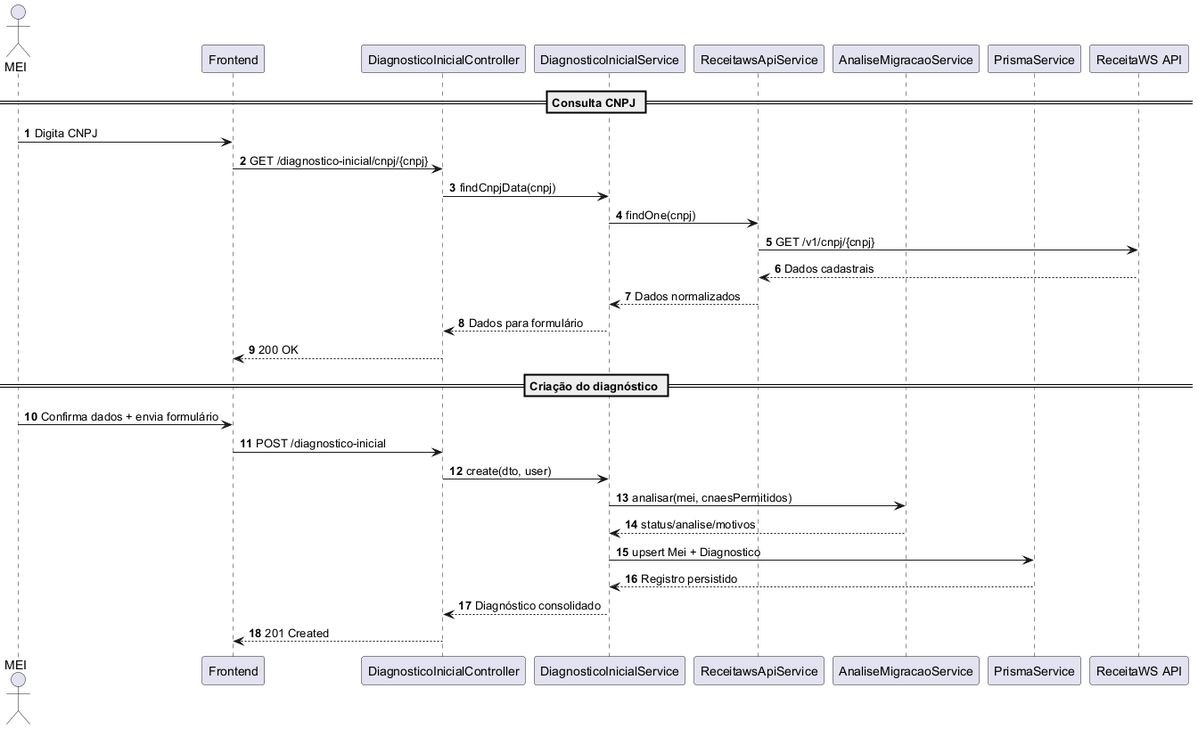
Earlier version of the PlantUML export client/docs/uml/sequencia-diagnostico-cnpj/sequencia-diagnostico-cnpj.png (NioDev01/mei-2-me). Its diagram source:
```plantuml
@startuml
autonumber

actor "MEI" as User
participant "Frontend" as FE
participant "DiagnosticoInicialController" as DC
participant "DiagnosticoInicialService" as DS
participant "ReceitawsApiService" as RS
participant "AnaliseMigracaoService" as AMS
participant "PrismaService" as DB

== Consulta CNPJ ==
User -> FE : Digita CNPJ
FE -> DC : GET /diagnostico-inicial/cnpj/{cnpj}
DC -> DS : findCnpjData(cnpj)
DS -> RS : findOne(cnpj)
RS -> "ReceitaWS API" : GET /v1/cnpj/{cnpj}
"ReceitaWS API" --> RS : Dados cadastrais
RS --> DS : Dados normalizados
DS --> DC : Dados para formulário
DC --> FE : 200 OK

== Criação do diagnóstico ==
User -> FE : Confirma dados + envia formulário
FE -> DC : POST /diagnostico-inicial
DC -> DS : create(dto, user)
DS -> AMS : analisar(mei, cnaesPermitidos)
AMS --> DS : status/analise/motivos
DS -> DB : upsert Mei + Diagnostico
DB --> DS : Registro persistido
DS --> DC : Diagnóstico consolidado
DC --> FE : 201 Created
@enduml
```
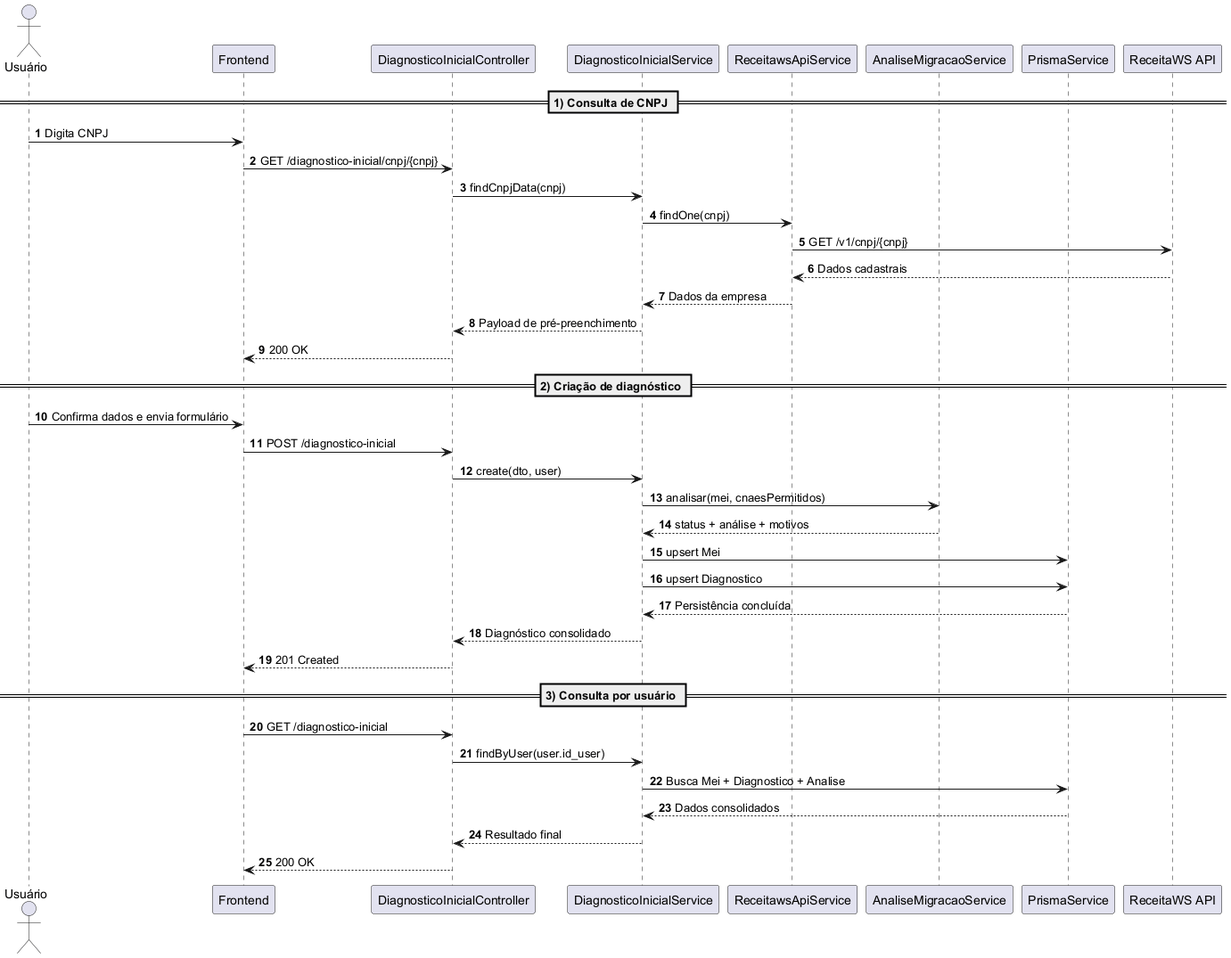
The same diagram one commit later.

What changed in the source:
```diff
@@ -1,7 +1,7 @@
 @startuml
 autonumber
 
-actor "MEI" as User
+actor "Usuário" as U
 participant "Frontend" as FE
 participant "DiagnosticoInicialController" as DC
 participant "DiagnosticoInicialService" as DS
@@ -9,25 +9,34 @@
 participant "AnaliseMigracaoService" as AMS
 participant "PrismaService" as DB
 
-== Consulta CNPJ ==
-User -> FE : Digita CNPJ
+== 1) Consulta de CNPJ ==
+U -> FE : Digita CNPJ
 FE -> DC : GET /diagnostico-inicial/cnpj/{cnpj}
 DC -> DS : findCnpjData(cnpj)
 DS -> RS : findOne(cnpj)
 RS -> "ReceitaWS API" : GET /v1/cnpj/{cnpj}
 "ReceitaWS API" --> RS : Dados cadastrais
-RS --> DS : Dados normalizados
-DS --> DC : Dados para formulário
+RS --> DS : Dados da empresa
+DS --> DC : Payload de pré-preenchimento
 DC --> FE : 200 OK
 
-== Criação do diagnóstico ==
-User -> FE : Confirma dados + envia formulário
+== 2) Criação de diagnóstico ==
+U -> FE : Confirma dados e envia formulário
 FE -> DC : POST /diagnostico-inicial
 DC -> DS : create(dto, user)
 DS -> AMS : analisar(mei, cnaesPermitidos)
-AMS --> DS : status/analise/motivos
-DS -> DB : upsert Mei + Diagnostico
-DB --> DS : Registro persistido
+AMS --> DS : status + análise + motivos
+DS -> DB : upsert Mei
+DS -> DB : upsert Diagnostico
+DB --> DS : Persistência concluída
 DS --> DC : Diagnóstico consolidado
 DC --> FE : 201 Created
+
+== 3) Consulta por usuário ==
+FE -> DC : GET /diagnostico-inicial
+DC -> DS : findByUser(user.id_user)
+DS -> DB : Busca Mei + Diagnostico + Analise
+DB --> DS : Dados consolidados
+DS --> DC : Resultado final
+DC --> FE : 200 OK
 @enduml
```
